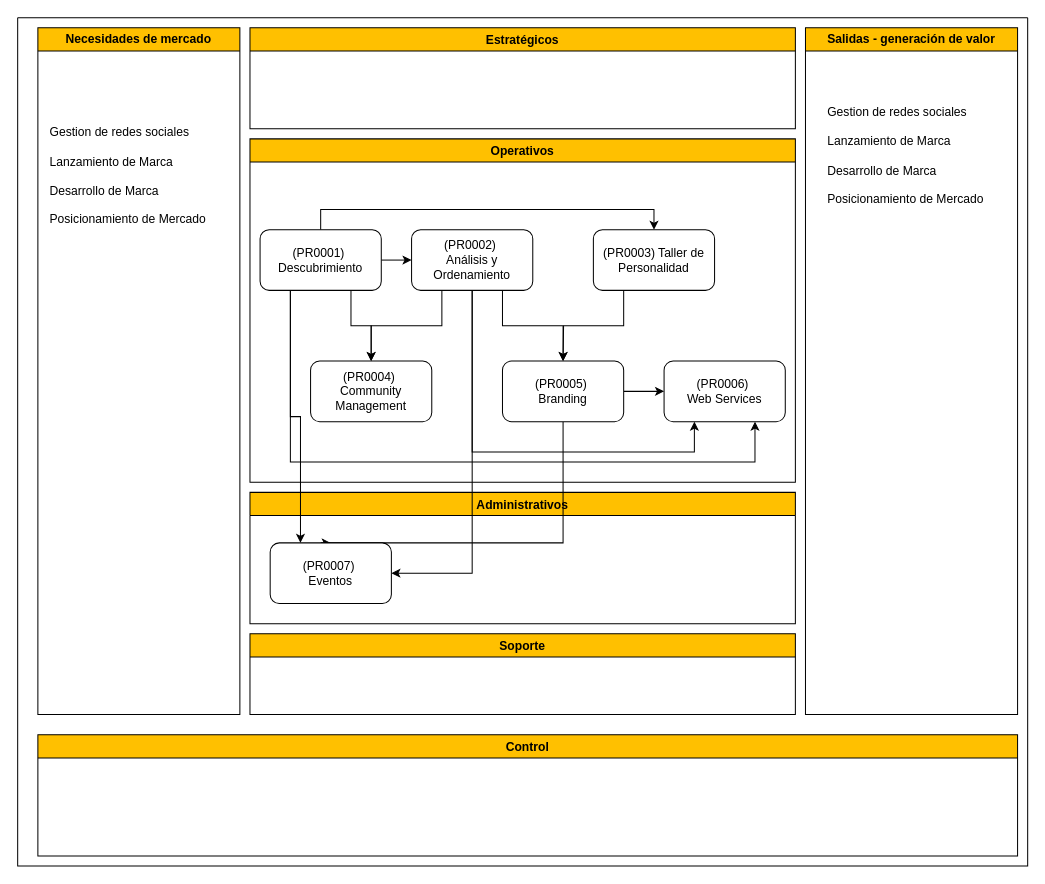
This is page "Finca San Juan Bosco" (2 of 4) of Manifesto.drawio from prtigofn/Dev2.0, a draw.io file, before an edit. Source tidied: cells renumbered, new cells numbered last; positions are measured from the earlier drawing's top-left corner, leaving out a move shared by most shapes. Both pictures are drawn from the tidied source at 101%, with x=0, y=0 at pixel (17, 17).
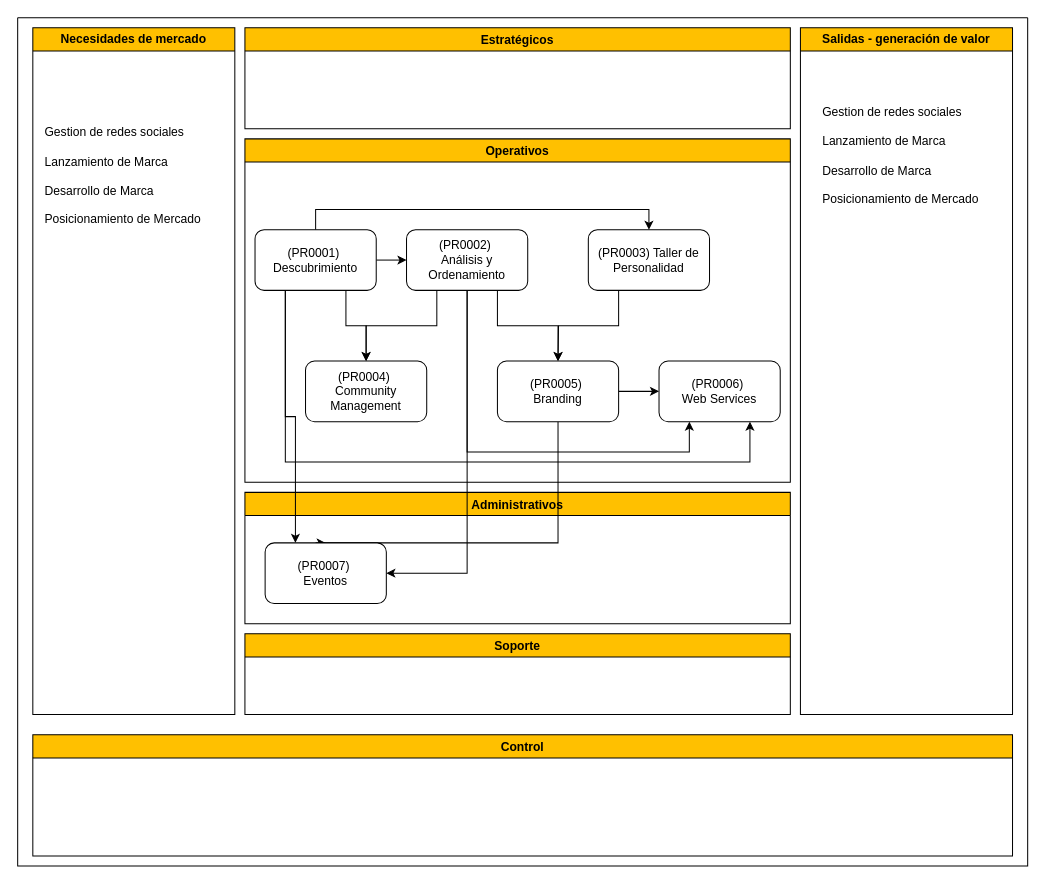
After the change.

The edit, as a diff of the source:
```diff
@@
+    <mxCell id="6" style="swimlane;startSize=0;" parent="1" vertex="1">
+      <mxGeometry width="1000" height="840" as="geometry" />
+    </mxCell>
-    <mxCell id="2" value="Salidas - generación de valor" style="swimlane;whiteSpace=wrap;html=1;fillColor=#FFC000;fontColor=#000000;strokeColor=#000000;" parent="1" vertex="1">
-      <mxGeometry x="780" y="10" width="210" height="680" as="geometry" />
+    <mxCell id="2" value="Salidas - generación de valor" style="swimlane;whiteSpace=wrap;html=1;fillColor=#FFC000;fontColor=#000000;strokeColor=#000000;" parent="6" vertex="1">
+      <mxGeometry x="775" y="10" width="210" height="680" as="geometry" />
     </mxCell>
-    <mxCell id="3" value="Estratégicos" style="swimlane;fillColor=#FFC000;" parent="1" vertex="1">
-      <mxGeometry x="230" y="10" width="540" height="100" as="geometry" />
+    <mxCell id="3" value="Estratégicos" style="swimlane;fillColor=#FFC000;" parent="6" vertex="1">
+      <mxGeometry x="225" y="10" width="540" height="100" as="geometry" />
     </mxCell>
-    <mxCell id="4" value="Administrativos" style="swimlane;fillColor=#FFC000;" parent="1" vertex="1">
-      <mxGeometry x="230" y="470" width="540" height="130" as="geometry" />
+    <mxCell id="4" value="Administrativos" style="swimlane;fillColor=#FFC000;" parent="6" vertex="1">
+      <mxGeometry x="225" y="470" width="540" height="130" as="geometry" />
     </mxCell>
-    <mxCell id="5" value="Operativos" style="swimlane;fillColor=#FFC000;" parent="1" vertex="1">
-      <mxGeometry x="230" y="120" width="540" height="340" as="geometry" />
+    <mxCell id="5" value="Operativos" style="swimlane;fillColor=#FFC000;" parent="6" vertex="1">
+      <mxGeometry x="225" y="120" width="540" height="340" as="geometry" />
     </mxCell>
-    <mxCell id="6" style="swimlane;startSize=0;" parent="1" vertex="1">
-      <mxGeometry width="1000" height="840" as="geometry" />
-    </mxCell>
@@
     <mxCell id="10" style="edgeStyle=orthogonalEdgeStyle;rounded=0;jettySize=auto;html=1;exitX=0.25;exitY=1;exitDx=0;exitDy=0;entryX=0.75;entryY=1;entryDx=0;entryDy=0;" parent="6" edge="1" source="12" target="25">
       <mxGeometry relative="1" as="geometry">
         <Array as="points">
-          <mxPoint x="270" y="440" />
-          <mxPoint x="730" y="440" />
+          <mxPoint x="265" y="440" />
+          <mxPoint x="725" y="440" />
         </Array>
       </mxGeometry>
     </mxCell>
@@
     <mxCell id="12" value="(PR0001)&amp;nbsp;&lt;div&gt;&lt;span style=&quot;background-color: initial;&quot;&gt;Descubrimiento&lt;/span&gt;&lt;/div&gt;" style="rounded=1;html=1;whiteSpace=wrap;" parent="6" vertex="1">
-      <mxGeometry x="240" y="210" width="120" height="60" as="geometry" />
+      <mxGeometry x="235" y="210" width="120" height="60" as="geometry" />
     </mxCell>
@@
     <mxCell id="14" style="edgeStyle=orthogonalEdgeStyle;rounded=0;jettySize=auto;html=1;exitX=0.5;exitY=1;exitDx=0;exitDy=0;entryX=0.5;entryY=0;entryDx=0;entryDy=0;" parent="6" edge="1" source="15" target="24">
       <mxGeometry relative="1" as="geometry">
         <Array as="points">
-          <mxPoint x="540" y="520" />
-          <mxPoint x="300" y="520" />
+          <mxPoint x="535" y="520" />
+          <mxPoint x="295" y="520" />
         </Array>
       </mxGeometry>
     </mxCell>
     <mxCell id="15" value="(PR0005)&amp;nbsp;&lt;div&gt;&lt;span style=&quot;background-color: initial;&quot;&gt;Branding&lt;/span&gt;&lt;/div&gt;" style="rounded=1;html=1;whiteSpace=wrap;" parent="6" vertex="1">
-      <mxGeometry x="480" y="340" width="120" height="60" as="geometry" />
+      <mxGeometry x="475" y="340" width="120" height="60" as="geometry" />
     </mxCell>
@@
     <mxCell id="18" style="edgeStyle=orthogonalEdgeStyle;rounded=0;jettySize=auto;html=1;exitX=0.5;exitY=1;exitDx=0;exitDy=0;entryX=0.25;entryY=1;entryDx=0;entryDy=0;" parent="6" edge="1" source="20" target="25">
       <mxGeometry relative="1" as="geometry">
         <Array as="points">
-          <mxPoint x="450" y="430" />
-          <mxPoint x="670" y="430" />
+          <mxPoint x="445" y="430" />
+          <mxPoint x="665" y="430" />
         </Array>
       </mxGeometry>
     </mxCell>
@@
     <mxCell id="20" value="(PR0002)&amp;nbsp;&lt;div&gt;&lt;span style=&quot;background-color: initial;&quot;&gt;Análisis y Ordenamiento&lt;/span&gt;&lt;/div&gt;" style="rounded=1;html=1;whiteSpace=wrap;" parent="6" vertex="1">
-      <mxGeometry x="390" y="210" width="120" height="60" as="geometry" />
+      <mxGeometry x="385" y="210" width="120" height="60" as="geometry" />
     </mxCell>
     <mxCell id="21" value="(PR0004)&amp;nbsp;&lt;div&gt;&lt;span style=&quot;background-color: initial;&quot;&gt;Community Management&lt;/span&gt;&lt;/div&gt;" style="rounded=1;html=1;whiteSpace=wrap;" parent="6" vertex="1">
-      <mxGeometry x="290" y="340" width="120" height="60" as="geometry" />
+      <mxGeometry x="285" y="340" width="120" height="60" as="geometry" />
     </mxCell>
     <mxCell id="22" style="edgeStyle=orthogonalEdgeStyle;rounded=0;jettySize=auto;html=1;exitX=0.25;exitY=1;exitDx=0;exitDy=0;" parent="6" edge="1" source="23">
       <mxGeometry relative="1" as="geometry">
-        <mxPoint x="540" y="340" as="targetPoint" />
+        <mxPoint x="535" y="340" as="targetPoint" />
       </mxGeometry>
     </mxCell>
     <mxCell id="23" value="(PR0003) Taller de Personalidad" style="rounded=1;html=1;whiteSpace=wrap;" parent="6" vertex="1">
-      <mxGeometry x="570" y="210" width="120" height="60" as="geometry" />
+      <mxGeometry x="565" y="210" width="120" height="60" as="geometry" />
     </mxCell>
     <mxCell id="24" value="(PR0007)&amp;nbsp;&lt;div&gt;Eventos&lt;/div&gt;" style="rounded=1;html=1;whiteSpace=wrap;" parent="6" vertex="1">
-      <mxGeometry x="250" y="520" width="120" height="60" as="geometry" />
+      <mxGeometry x="245" y="520" width="120" height="60" as="geometry" />
     </mxCell>
     <mxCell id="25" value="(PR0006)&amp;nbsp;&lt;div&gt;Web Services&lt;/div&gt;" style="rounded=1;html=1;whiteSpace=wrap;" parent="6" vertex="1">
-      <mxGeometry x="640" y="340" width="120" height="60" as="geometry" />
+      <mxGeometry x="635" y="340" width="120" height="60" as="geometry" />
     </mxCell>
     <mxCell id="26" value="Gestion de redes sociales&lt;div&gt;&lt;br&gt;&lt;/div&gt;&lt;div style=&quot;&quot;&gt;Lanzamiento de Marca&lt;/div&gt;&lt;div style=&quot;&quot;&gt;&lt;br&gt;&lt;/div&gt;&lt;div style=&quot;&quot;&gt;Desarrollo de Marca&lt;/div&gt;&lt;div style=&quot;&quot;&gt;&lt;br&gt;&lt;/div&gt;&lt;div style=&quot;&quot;&gt;Posicionamiento de Mercado&lt;/div&gt;" style="text;html=1;align=left;verticalAlign=top;whiteSpace=wrap;rounded=0;" parent="6" vertex="1">
-      <mxGeometry x="30" y="100" width="180" height="340" as="geometry" />
+      <mxGeometry x="25" y="100" width="180" height="340" as="geometry" />
     </mxCell>
     <mxCell id="27" value="Gestion de redes sociales&lt;div&gt;&lt;br&gt;&lt;/div&gt;&lt;div style=&quot;&quot;&gt;Lanzamiento de Marca&lt;/div&gt;&lt;div style=&quot;&quot;&gt;&lt;br&gt;&lt;/div&gt;&lt;div style=&quot;&quot;&gt;Desarrollo de Marca&lt;/div&gt;&lt;div style=&quot;&quot;&gt;&lt;br&gt;&lt;/div&gt;&lt;div style=&quot;&quot;&gt;Posicionamiento de Mercado&lt;/div&gt;" style="text;html=1;align=left;verticalAlign=top;whiteSpace=wrap;rounded=0;" parent="6" vertex="1">
-      <mxGeometry x="800" y="80" width="180" height="340" as="geometry" />
+      <mxGeometry x="795" y="80" width="180" height="340" as="geometry" />
     </mxCell>
     <mxCell id="28" value="Control" style="swimlane;fillColor=#FFC000;" parent="6" vertex="1">
-      <mxGeometry x="20" y="710" width="970" height="120" as="geometry" />
+      <mxGeometry x="15" y="710" width="970" height="120" as="geometry" />
     </mxCell>
-    <mxCell id="29" value="Soporte" style="swimlane;fillColor=#FFC000;" parent="1" vertex="1">
-      <mxGeometry x="230" y="610" width="540" height="80" as="geometry" />
+    <mxCell id="29" value="Soporte" style="swimlane;fillColor=#FFC000;" parent="6" vertex="1">
+      <mxGeometry x="225" y="610" width="540" height="80" as="geometry" />
     </mxCell>
-    <mxCell id="30" value="Necesidades de mercado" style="swimlane;whiteSpace=wrap;html=1;fillColor=#FFC000;strokeColor=#000000;" parent="1" vertex="1">
-      <mxGeometry x="20" y="10" width="200" height="680" as="geometry" />
+    <mxCell id="30" value="Necesidades de mercado" style="swimlane;whiteSpace=wrap;html=1;fillColor=#FFC000;strokeColor=#000000;" parent="6" vertex="1">
+      <mxGeometry x="15" y="10" width="200" height="680" as="geometry" />
     </mxCell>
```
